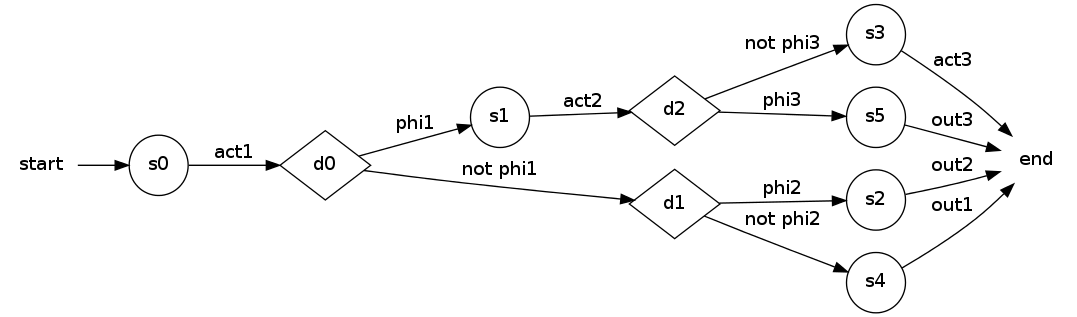
This is graphviz/LTSExample.png from tomtom2/memoire, a Graphviz export, as it was before one commit. Its source is kept beside it as graphviz/LTSExample.dot. The source it was exported from:
```dot
digraph LTS_Graph {
rankdir=LR;

node [shape="none"]; start end;

node [shape="circle",color="black"]; s0 s1 s2 s3 s4 s5;
node [shape="diamond", color="black"]; d0 d1 d2;


start -> s0;

s0 -> d0 [label="act1"];

d0 -> s1 [label="phi1"];
d0 -> d1 [label="not phi1"];

s1 -> d2 [label="act2"];

d1 -> s2 [label="phi2"];
d1 -> s4 [label="not phi2"];
s4 -> end [label="out1"];

s2 -> end [label="out2"];

d2 -> s5 [label="phi3"];
d2 -> s3 [label="not phi3"];
s5 -> end [label="out3"];

s3 -> end [label="act3"];
}
```
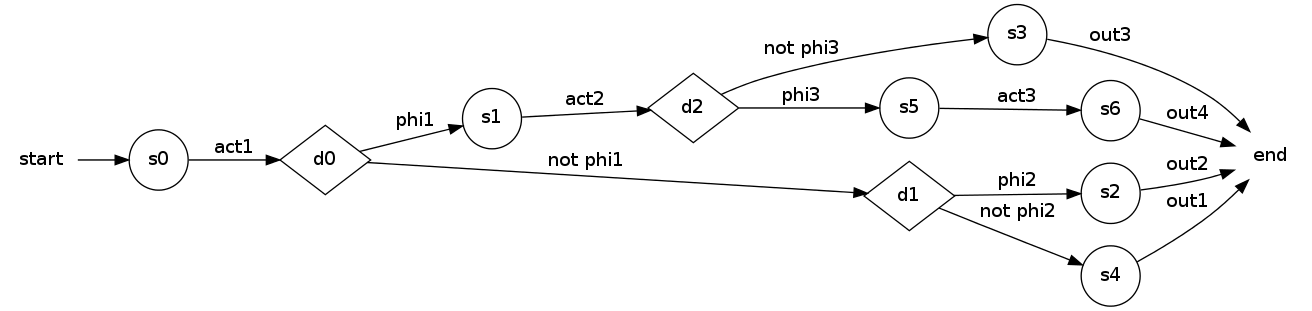
After the commit.

Diff of the diagram source:
```diff
@@ -3,7 +3,7 @@
 
 node [shape="none"]; start end;
 
-node [shape="circle",color="black"]; s0 s1 s2 s3 s4 s5;
+node [shape="circle",color="black"]; s0 s1 s2 s3 s4 s5 s6;
 node [shape="diamond", color="black"]; d0 d1 d2;
 
 
@@ -24,7 +24,8 @@
 
 d2 -> s5 [label="phi3"];
 d2 -> s3 [label="not phi3"];
-s5 -> end [label="out3"];
+s5 -> s6 [label="act3"];
 
-s3 -> end [label="act3"];
+s3 -> end [label="out3"];
+s6 -> end [label="out4"];
 }
```
